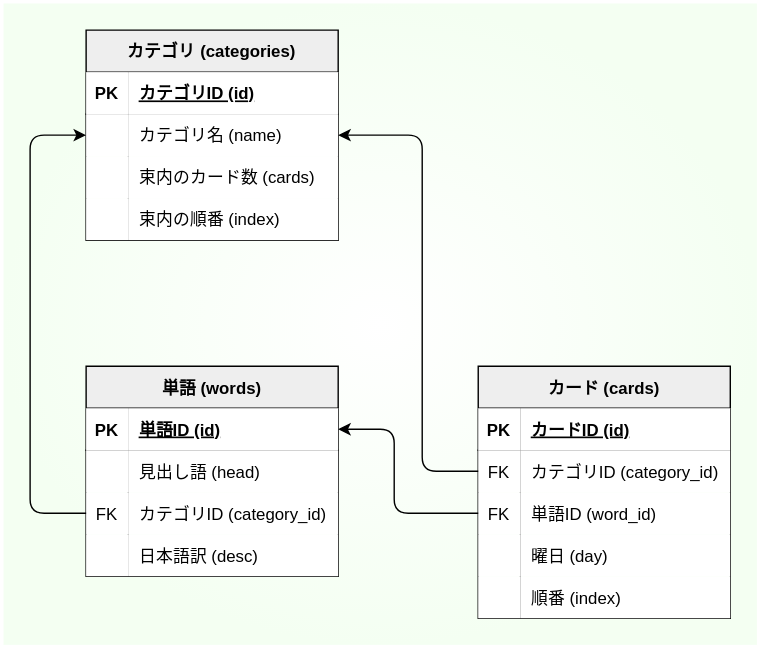
This is docs/img/erdiagram.svg from kyasuda516/shu7-eitango, a draw.io export, as it was before one commit. Source tidied: cells renumbered, new cells last; positions are measured from the earlier drawing's top-left corner, leaving out a move shared by most shapes.
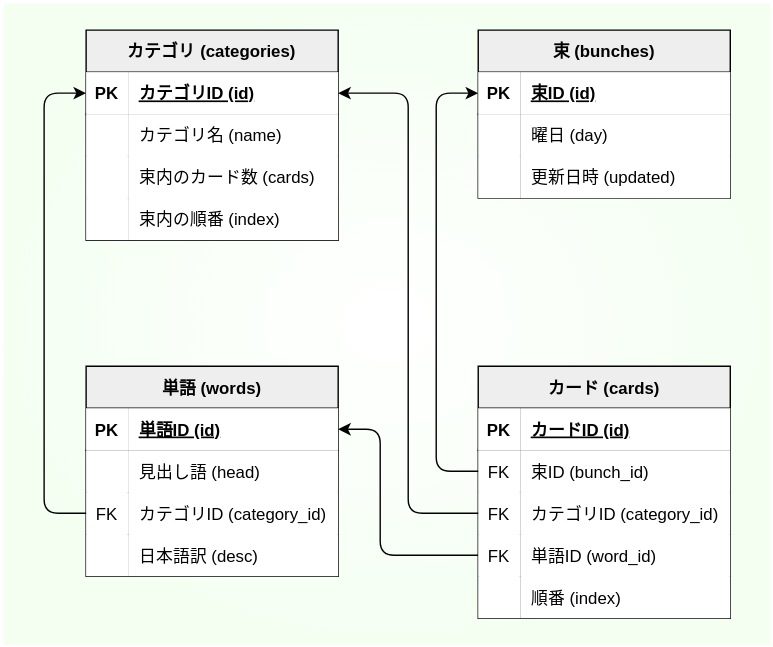
The same file after the commit.

Commit message:
add system configure diagrams

Diff of the diagram source:
```diff
@@ -3,7 +3,7 @@
     <mxCell id="0" />
     <mxCell id="1" parent="0" />
     <mxCell id="2" style="rounded=0;whiteSpace=wrap;html=1;labelBackgroundColor=none;labelBorderColor=#000000;strokeColor=#FFFFFF;strokeWidth=2;fontColor=#000000;fillColor=#FFFFFF;gradientColor=#F4FFF2;gradientDirection=radial;" parent="1" vertex="1">
-      <mxGeometry width="540" height="460" as="geometry" />
+      <mxGeometry width="550" height="460" as="geometry" />
     </mxCell>
     <mxCell id="3" value="カテゴリ (categories)" style="shape=table;startSize=30;rowLines=0;fontStyle=1;align=center;fillColor=#eeeeee;strokeColor=#000000;fontColor=#000000;" parent="1" vertex="1">
       <mxGeometry x="60" y="20" width="180" height="150" as="geometry" />
@@ -83,6 +83,14 @@
     <mxCell id="28" value="日本語訳 (desc)" style="shape=partialRectangle;fillColor=#FFFFFF;top=0;left=0;bottom=0;right=0;align=left;spacingLeft=6;overflow=hidden;strokeColor=#000000;fontColor=#000000;strokeWidth=4;" parent="26" vertex="1">
       <mxGeometry x="30" width="150" height="30" as="geometry" />
     </mxCell>
+    <mxCell id="48" style="edgeStyle=orthogonalEdgeStyle;html=1;exitX=0;exitY=0.75;exitDx=0;exitDy=0;entryX=1;entryY=0.5;entryDx=0;entryDy=0;strokeColor=#000000;" parent="1" edge="1" source="29" target="17">
+      <mxGeometry relative="1" as="geometry">
+        <Array as="points">
+          <mxPoint x="270" y="395" />
+          <mxPoint x="270" y="305" />
+        </Array>
+      </mxGeometry>
+    </mxCell>
     <mxCell id="29" value="カード (cards)" style="shape=table;startSize=30;rowLines=0;fontStyle=1;align=center;fillColor=#eeeeee;fontColor=#000000;strokeColor=#000000;swimlaneFillColor=none;" parent="1" vertex="1">
       <mxGeometry x="340" y="260" width="180" height="180" as="geometry" />
     </mxCell>
@@ -101,7 +109,7 @@
     <mxCell id="34" value="FK" style="shape=partialRectangle;fillColor=#FFFFFF;top=0;left=0;bottom=0;right=0;overflow=hidden;fontColor=#000000;strokeColor=#000000;strokeWidth=4;" parent="33" vertex="1">
       <mxGeometry width="30" height="30" as="geometry" />
     </mxCell>
-    <mxCell id="35" value="カテゴリID (category_id)" style="shape=partialRectangle;fillColor=#FFFFFF;top=0;left=0;bottom=0;right=0;align=left;spacingLeft=6;overflow=hidden;fontColor=#000000;strokeColor=#000000;strokeWidth=4;" parent="33" vertex="1">
+    <mxCell id="35" value="束ID (bunch_id)" style="shape=partialRectangle;fillColor=#FFFFFF;top=0;left=0;bottom=0;right=0;align=left;spacingLeft=6;overflow=hidden;fontColor=#000000;strokeColor=#000000;strokeWidth=4;" parent="33" vertex="1">
       <mxGeometry x="30" width="150" height="30" as="geometry" />
     </mxCell>
     <mxCell id="36" style="shape=tableRow;horizontal=0;startSize=0;swimlaneHead=0;swimlaneBody=0;fillColor=none;points=[[0,0.5],[1,0.5]];portConstraint=eastwest;top=0;left=0;right=0;bottom=0;strokeColor=#000000;" parent="29" vertex="1">
@@ -110,16 +118,16 @@
     <mxCell id="37" value="FK" style="shape=partialRectangle;fillColor=#FFFFFF;top=0;left=0;bottom=0;right=0;overflow=hidden;fontColor=#000000;strokeColor=#000000;strokeWidth=4;" parent="36" vertex="1">
       <mxGeometry width="30" height="30" as="geometry" />
     </mxCell>
-    <mxCell id="38" value="単語ID (word_id)" style="shape=partialRectangle;fillColor=#FFFFFF;top=0;left=0;bottom=0;right=0;align=left;spacingLeft=6;overflow=hidden;fontColor=#000000;strokeColor=#000000;strokeWidth=4;" parent="36" vertex="1">
+    <mxCell id="38" value="カテゴリID (category_id)" style="shape=partialRectangle;fillColor=#FFFFFF;top=0;left=0;bottom=0;right=0;align=left;spacingLeft=6;overflow=hidden;fontColor=#000000;strokeColor=#000000;strokeWidth=4;" parent="36" vertex="1">
       <mxGeometry x="30" width="150" height="30" as="geometry" />
     </mxCell>
     <mxCell id="39" style="shape=tableRow;horizontal=0;startSize=0;swimlaneHead=0;swimlaneBody=0;fillColor=none;top=0;left=0;right=0;bottom=0;strokeColor=#000000;" parent="29" vertex="1">
       <mxGeometry y="120" width="180" height="30" as="geometry" />
     </mxCell>
-    <mxCell id="40" style="shape=partialRectangle;fillColor=#FFFFFF;top=0;left=0;bottom=0;right=0;overflow=hidden;fontColor=#000000;strokeColor=#000000;strokeWidth=4;" parent="39" vertex="1">
+    <mxCell id="40" value="FK" style="shape=partialRectangle;fillColor=#FFFFFF;top=0;left=0;bottom=0;right=0;overflow=hidden;fontColor=#000000;strokeColor=#000000;strokeWidth=4;" parent="39" vertex="1">
       <mxGeometry width="30" height="30" as="geometry" />
     </mxCell>
-    <mxCell id="41" value="曜日 (day)" style="shape=partialRectangle;fillColor=#FFFFFF;top=0;left=0;bottom=0;right=0;align=left;spacingLeft=6;overflow=hidden;fontColor=#000000;strokeColor=#000000;strokeWidth=4;" parent="39" vertex="1">
+    <mxCell id="41" value="単語ID (word_id)" style="shape=partialRectangle;fillColor=#FFFFFF;top=0;left=0;bottom=0;right=0;align=left;spacingLeft=6;overflow=hidden;fontColor=#000000;strokeColor=#000000;strokeWidth=4;" parent="39" vertex="1">
       <mxGeometry x="30" width="150" height="30" as="geometry" />
     </mxCell>
     <mxCell id="42" style="shape=tableRow;horizontal=0;startSize=0;swimlaneHead=0;swimlaneBody=0;fillColor=none;top=0;left=0;right=0;bottom=0;strokeColor=#000000;" parent="29" vertex="1">
@@ -131,29 +139,59 @@
     <mxCell id="44" value="順番 (index)" style="shape=partialRectangle;fillColor=#FFFFFF;top=0;left=0;bottom=0;right=0;align=left;spacingLeft=6;overflow=hidden;fontColor=#000000;strokeColor=#000000;strokeWidth=4;" parent="42" vertex="1">
       <mxGeometry x="30" width="150" height="30" as="geometry" />
     </mxCell>
-    <mxCell id="45" style="edgeStyle=orthogonalEdgeStyle;html=1;exitX=0;exitY=0.5;exitDx=0;exitDy=0;entryX=0;entryY=0.5;entryDx=0;entryDy=0;strokeColor=#000000;" parent="1" edge="1" source="23" target="7">
-      <mxGeometry relative="1" as="geometry">
-        <Array as="points">
-          <mxPoint x="20" y="365" />
-          <mxPoint x="20" y="95" />
-        </Array>
-      </mxGeometry>
-    </mxCell>
-    <mxCell id="46" style="edgeStyle=orthogonalEdgeStyle;html=1;exitX=0;exitY=0.5;exitDx=0;exitDy=0;entryX=1;entryY=0.5;entryDx=0;entryDy=0;strokeColor=#000000;" parent="1" edge="1" source="33" target="7">
-      <mxGeometry relative="1" as="geometry">
-        <Array as="points">
-          <mxPoint x="300" y="335" />
-          <mxPoint x="300" y="95" />
-        </Array>
-      </mxGeometry>
-    </mxCell>
-    <mxCell id="47" style="edgeStyle=orthogonalEdgeStyle;html=1;exitX=0;exitY=0.5;exitDx=0;exitDy=0;entryX=1;entryY=0.5;entryDx=0;entryDy=0;strokeColor=#000000;" parent="1" edge="1" source="36" target="17">
-      <mxGeometry relative="1" as="geometry">
-        <Array as="points">
-          <mxPoint x="280" y="365" />
-          <mxPoint x="280" y="305" />
-        </Array>
-      </mxGeometry>
-    </mxCell>
+    <mxCell id="49" value="束 (bunches)" style="shape=table;startSize=30;rowLines=0;fontStyle=1;align=center;swimlaneFillColor=none;fillColor=#eeeeee;strokeColor=#000000;fontColor=#000000;" parent="1" vertex="1">
+      <mxGeometry x="340" y="20" width="180" height="120" as="geometry" />
+    </mxCell>
+    <mxCell id="50" style="shape=tableRow;horizontal=0;startSize=0;swimlaneHead=0;swimlaneBody=0;fillColor=none;points=[[0,0.5],[1,0.5]];portConstraint=eastwest;top=0;left=0;right=0;bottom=1;strokeColor=#000000;" parent="49" vertex="1">
+      <mxGeometry y="30" width="180" height="30" as="geometry" />
+    </mxCell>
+    <mxCell id="51" value="PK" style="shape=partialRectangle;fillColor=#FFFFFF;top=0;left=0;bottom=0;right=0;fontStyle=1;overflow=hidden;strokeColor=#000000;fontColor=#000000;strokeWidth=4;" parent="50" vertex="1">
+      <mxGeometry width="30" height="30" as="geometry" />
+    </mxCell>
+    <mxCell id="52" value="束ID (id)" style="shape=partialRectangle;fillColor=#FFFFFF;top=0;left=0;bottom=0;right=0;align=left;spacingLeft=6;fontStyle=5;overflow=hidden;strokeColor=#000000;fontColor=#000000;strokeWidth=4;" parent="50" vertex="1">
+      <mxGeometry x="30" width="150" height="30" as="geometry" />
+    </mxCell>
+    <mxCell id="53" style="shape=tableRow;horizontal=0;startSize=0;swimlaneHead=0;swimlaneBody=0;fillColor=none;top=0;left=0;right=0;bottom=0;strokeColor=#000000;" parent="49" vertex="1">
+      <mxGeometry y="60" width="180" height="30" as="geometry" />
+    </mxCell>
+    <mxCell id="54" style="shape=partialRectangle;fillColor=#FFFFFF;top=0;left=0;bottom=0;right=0;overflow=hidden;strokeColor=#000000;fontColor=#000000;strokeWidth=4;" parent="53" vertex="1">
+      <mxGeometry width="30" height="30" as="geometry" />
+    </mxCell>
+    <mxCell id="55" value="曜日 (day)" style="shape=partialRectangle;fillColor=#FFFFFF;top=0;left=0;bottom=0;right=0;align=left;spacingLeft=6;overflow=hidden;strokeColor=#000000;fontColor=#000000;strokeWidth=4;" parent="53" vertex="1">
+      <mxGeometry x="30" width="150" height="30" as="geometry" />
+    </mxCell>
+    <mxCell id="56" style="shape=tableRow;horizontal=0;startSize=0;swimlaneHead=0;swimlaneBody=0;fillColor=none;top=0;left=0;right=0;bottom=0;strokeColor=#000000;" parent="49" vertex="1">
+      <mxGeometry y="90" width="180" height="30" as="geometry" />
+    </mxCell>
+    <mxCell id="57" style="shape=partialRectangle;fillColor=#FFFFFF;top=0;left=0;bottom=0;right=0;overflow=hidden;strokeColor=#000000;fontColor=#000000;strokeWidth=4;" parent="56" vertex="1">
+      <mxGeometry width="30" height="30" as="geometry" />
+    </mxCell>
+    <mxCell id="58" value="更新日時 (updated)" style="shape=partialRectangle;fillColor=#FFFFFF;top=0;left=0;bottom=0;right=0;align=left;spacingLeft=6;overflow=hidden;strokeColor=#000000;fontColor=#000000;strokeWidth=4;" parent="56" vertex="1">
+      <mxGeometry x="30" width="150" height="30" as="geometry" />
+    </mxCell>
+    <mxCell id="59" style="edgeStyle=orthogonalEdgeStyle;html=1;exitX=0;exitY=0.5;exitDx=0;exitDy=0;entryX=1;entryY=0.5;entryDx=0;entryDy=0;strokeColor=#000000;" parent="1" edge="1" source="36" target="4">
+      <mxGeometry relative="1" as="geometry">
+        <Array as="points">
+          <mxPoint x="290" y="365" />
+          <mxPoint x="290" y="65" />
+        </Array>
+      </mxGeometry>
+    </mxCell>
+    <mxCell id="60" style="edgeStyle=orthogonalEdgeStyle;html=1;exitX=0;exitY=0.5;exitDx=0;exitDy=0;entryX=0;entryY=0.5;entryDx=0;entryDy=0;strokeColor=#000000;" parent="1" edge="1" source="33" target="50">
+      <mxGeometry relative="1" as="geometry">
+        <Array as="points">
+          <mxPoint x="310" y="335" />
+          <mxPoint x="310" y="65" />
+        </Array>
+      </mxGeometry>
+    </mxCell>
+    <mxCell id="61" style="edgeStyle=orthogonalEdgeStyle;html=1;exitX=0;exitY=0.5;exitDx=0;exitDy=0;entryX=0;entryY=0.5;entryDx=0;entryDy=0;strokeColor=#000000;" parent="1" edge="1" source="23" target="4">
+      <mxGeometry relative="1" as="geometry">
+        <Array as="points">
+          <mxPoint x="30" y="365" />
+          <mxPoint x="30" y="65" />
+        </Array>
+      </mxGeometry>
+    </mxCell>
   </root>
 </mxGraphModel>
```
